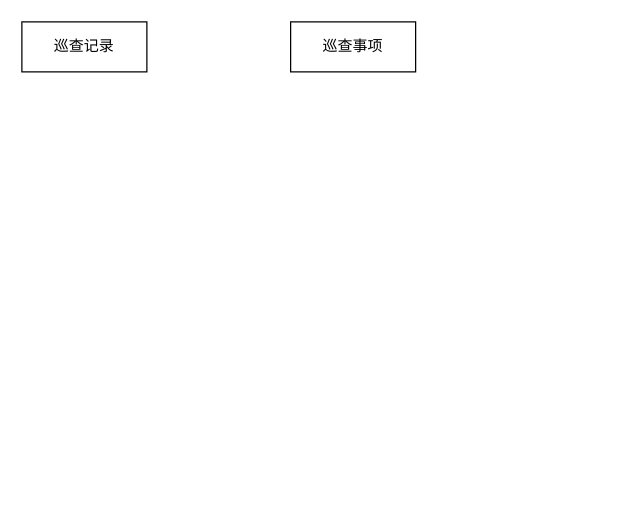
This is file/szzfer.drawio from DORcode/admin-demo, a draw.io file, before an edit. Source tidied: cells renumbered, new cells numbered last; positions are measured from the earlier drawing's top-left corner, leaving out a move shared by most shapes. Both pictures are drawn from the tidied source at 125%, with x=0, y=0 at pixel (21, 21).
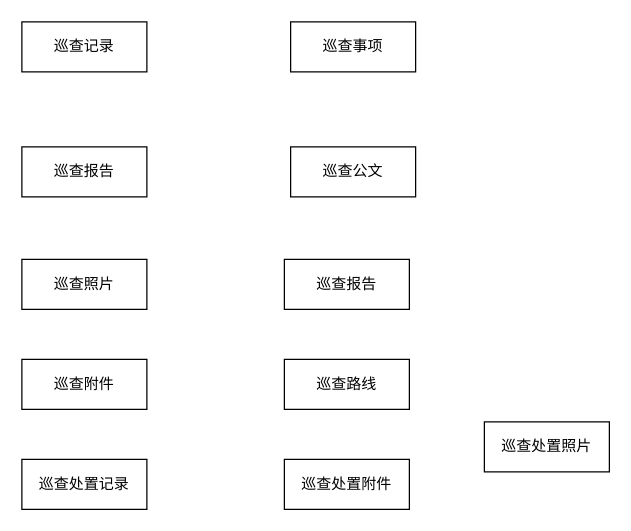
The same diagram, later.

Change to the diagram source:
```diff
@@
 <mxGraphModel>
   <root>
     <mxCell id="0" />
     <mxCell id="1" parent="0" />
     <mxCell id="2" value="巡查记录" style="whiteSpace=wrap;html=1;align=center;" parent="1" vertex="1">
       <mxGeometry width="100" height="40" as="geometry" />
     </mxCell>
     <mxCell id="3" value="巡查事项" style="whiteSpace=wrap;html=1;align=center;" parent="1" vertex="1">
       <mxGeometry x="215" width="100" height="40" as="geometry" />
     </mxCell>
+    <mxCell id="4" value="巡查报告" style="whiteSpace=wrap;html=1;align=center;" parent="1" vertex="1">
+      <mxGeometry y="100" width="100" height="40" as="geometry" />
+    </mxCell>
+    <mxCell id="5" value="巡查公文" style="whiteSpace=wrap;html=1;align=center;" parent="1" vertex="1">
+      <mxGeometry x="215" y="100" width="100" height="40" as="geometry" />
+    </mxCell>
+    <mxCell id="6" value="巡查照片" style="whiteSpace=wrap;html=1;align=center;" parent="1" vertex="1">
+      <mxGeometry y="190" width="100" height="40" as="geometry" />
+    </mxCell>
+    <mxCell id="7" value="巡查报告" style="whiteSpace=wrap;html=1;align=center;" parent="1" vertex="1">
+      <mxGeometry x="210" y="190" width="100" height="40" as="geometry" />
+    </mxCell>
+    <mxCell id="8" value="巡查附件" style="whiteSpace=wrap;html=1;align=center;" parent="1" vertex="1">
+      <mxGeometry y="270" width="100" height="40" as="geometry" />
+    </mxCell>
+    <mxCell id="9" value="巡查路线" style="whiteSpace=wrap;html=1;align=center;" parent="1" vertex="1">
+      <mxGeometry x="210" y="270" width="100" height="40" as="geometry" />
+    </mxCell>
+    <mxCell id="10" value="巡查处置记录" style="whiteSpace=wrap;html=1;align=center;" parent="1" vertex="1">
+      <mxGeometry y="350" width="100" height="40" as="geometry" />
+    </mxCell>
+    <mxCell id="11" value="巡查处置附件" style="whiteSpace=wrap;html=1;align=center;" parent="1" vertex="1">
+      <mxGeometry x="210" y="350" width="100" height="40" as="geometry" />
+    </mxCell>
+    <mxCell id="12" value="巡查处置照片" style="whiteSpace=wrap;html=1;align=center;" parent="1" vertex="1">
+      <mxGeometry x="370" y="320" width="100" height="40" as="geometry" />
+    </mxCell>
   </root>
 </mxGraphModel>
```
